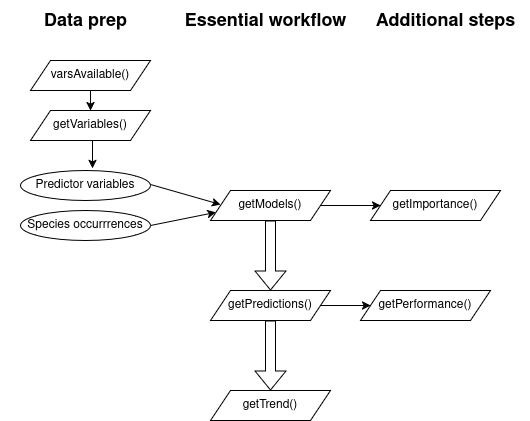
This is images/ecotrends.drawio.png from AMBarbosa/ecotrends, a draw.io export, as it was before one commit. Source tidied: cells renumbered, new cells last; positions are measured from the earlier drawing's top-left corner, leaving out a move shared by most shapes.
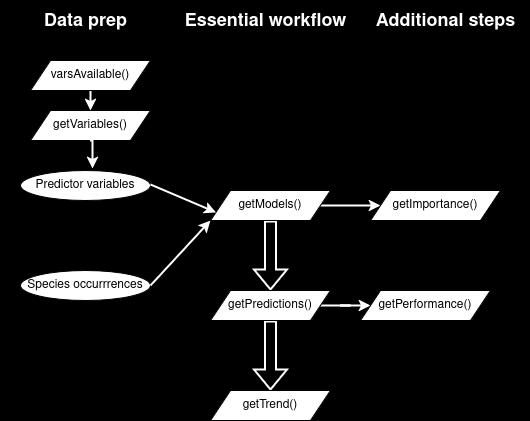
After the commit.

Commit message:
workflow chart: black background

Change to the diagram source:
```diff
@@ -1,20 +1,20 @@
-<mxGraphModel>
+<mxGraphModel background="#000000">
   <root>
     <mxCell id="0" />
     <mxCell id="1" parent="0" />
-    <mxCell id="2" style="edgeStyle=orthogonalEdgeStyle;rounded=0;jettySize=auto;html=1;exitX=0.5;exitY=1;exitDx=0;exitDy=0;entryX=0.5;entryY=0;entryDx=0;entryDy=0;shape=flexArrow;" parent="1" edge="1" source="4" target="7">
+    <mxCell id="2" style="edgeStyle=orthogonalEdgeStyle;rounded=0;jettySize=auto;html=1;exitX=0.5;exitY=1;exitDx=0;exitDy=0;entryX=0.5;entryY=0;entryDx=0;entryDy=0;shape=flexArrow;strokeColor=#FFFFFF;strokeWidth=2;" parent="1" edge="1" source="4" target="7">
       <mxGeometry relative="1" as="geometry" />
     </mxCell>
-    <mxCell id="3" style="edgeStyle=orthogonalEdgeStyle;rounded=0;jettySize=auto;html=1;exitX=1;exitY=0.5;exitDx=0;exitDy=0;entryX=0;entryY=0.5;entryDx=0;entryDy=0;" parent="1" edge="1" source="4" target="10">
+    <mxCell id="3" style="edgeStyle=orthogonalEdgeStyle;rounded=0;jettySize=auto;html=1;exitX=1;exitY=0.5;exitDx=0;exitDy=0;entryX=0;entryY=0.5;entryDx=0;entryDy=0;strokeColor=#FFFFFF;strokeWidth=2;fontSize=14;" parent="1" edge="1" source="4" target="10">
       <mxGeometry relative="1" as="geometry" />
     </mxCell>
     <mxCell id="4" value="getModels()" style="shape=parallelogram;perimeter=parallelogramPerimeter;whiteSpace=wrap;html=1;fixedSize=1;" parent="1" vertex="1">
       <mxGeometry x="210" y="190" width="120" height="30" as="geometry" />
     </mxCell>
-    <mxCell id="5" style="edgeStyle=orthogonalEdgeStyle;rounded=0;jettySize=auto;html=1;exitX=0.5;exitY=1;exitDx=0;exitDy=0;entryX=0.5;entryY=0;entryDx=0;entryDy=0;shape=flexArrow;" parent="1" edge="1" source="7" target="8">
+    <mxCell id="5" style="edgeStyle=orthogonalEdgeStyle;rounded=0;jettySize=auto;html=1;exitX=0.5;exitY=1;exitDx=0;exitDy=0;entryX=0.5;entryY=0;entryDx=0;entryDy=0;shape=flexArrow;strokeColor=#FFFFFF;strokeWidth=2;" parent="1" edge="1" source="7" target="8">
       <mxGeometry relative="1" as="geometry" />
     </mxCell>
-    <mxCell id="6" style="edgeStyle=orthogonalEdgeStyle;rounded=0;jettySize=auto;html=1;exitX=1;exitY=0.5;exitDx=0;exitDy=0;entryX=0;entryY=0.5;entryDx=0;entryDy=0;" parent="1" edge="1" source="7" target="9">
+    <mxCell id="6" style="edgeStyle=orthogonalEdgeStyle;rounded=0;jettySize=auto;html=1;exitX=1;exitY=0.5;exitDx=0;exitDy=0;entryX=0;entryY=0.5;entryDx=0;entryDy=0;strokeColor=#FFFFFF;strokeWidth=2;fontSize=14;" parent="1" edge="1" source="7" target="9">
       <mxGeometry relative="1" as="geometry" />
     </mxCell>
     <mxCell id="7" value="getPredictions()" style="shape=parallelogram;perimeter=parallelogramPerimeter;whiteSpace=wrap;html=1;fixedSize=1;" parent="1" vertex="1">
@@ -29,7 +29,7 @@
     <mxCell id="10" value="getImportance()" style="shape=parallelogram;perimeter=parallelogramPerimeter;whiteSpace=wrap;html=1;fixedSize=1;" parent="1" vertex="1">
       <mxGeometry x="370" y="190" width="130" height="30" as="geometry" />
     </mxCell>
-    <mxCell id="11" style="edgeStyle=orthogonalEdgeStyle;rounded=0;jettySize=auto;html=1;exitX=0.5;exitY=1;exitDx=0;exitDy=0;entryX=0.5;entryY=0;entryDx=0;entryDy=0;" parent="1" edge="1" source="12" target="13">
+    <mxCell id="11" style="edgeStyle=orthogonalEdgeStyle;rounded=0;jettySize=auto;html=1;exitX=0.5;exitY=1;exitDx=0;exitDy=0;entryX=0.5;entryY=0;entryDx=0;entryDy=0;strokeColor=#FFFFFF;strokeWidth=2;" parent="1" edge="1" source="12" target="13">
       <mxGeometry relative="1" as="geometry" />
     </mxCell>
     <mxCell id="12" value="varsAvailable()" style="shape=parallelogram;perimeter=parallelogramPerimeter;whiteSpace=wrap;html=1;fixedSize=1;" parent="1" vertex="1">
@@ -42,27 +42,28 @@
       <mxGeometry x="20" y="170" width="130" height="30" as="geometry" />
     </mxCell>
     <mxCell id="15" value="Species occurrrences" style="ellipse;whiteSpace=wrap;html=1;" parent="1" vertex="1">
-      <mxGeometry x="20" y="210" width="130" height="30" as="geometry" />
+      <mxGeometry x="20" y="270" width="130" height="30" as="geometry" />
     </mxCell>
-    <mxCell id="16" style="endArrow=classic;html=1;rounded=0;" parent="1" edge="1">
+    <mxCell id="16" style="endArrow=classic;html=1;rounded=0;entryX=0;entryY=0.75;entryDx=0;entryDy=0;strokeColor=#FFFFFF;strokeWidth=2;" parent="1" edge="1" target="4">
       <mxGeometry relative="1" as="geometry">
         <mxPoint x="150" y="184" as="sourcePoint" />
-        <mxPoint x="220" y="204" as="targetPoint" />
       </mxGeometry>
     </mxCell>
-    <mxCell id="17" style="endArrow=classic;html=1;rounded=0;entryX=0;entryY=0.75;entryDx=0;entryDy=0;exitX=1;exitY=0.5;exitDx=0;exitDy=0;" parent="1" edge="1" source="15" target="4">
-      <mxGeometry relative="1" as="geometry" />
+    <mxCell id="17" style="endArrow=classic;html=1;rounded=0;exitX=1;exitY=0.5;exitDx=0;exitDy=0;strokeColor=#FFFFFF;strokeWidth=2;" parent="1" edge="1" source="15">
+      <mxGeometry relative="1" as="geometry">
+        <mxPoint x="210" y="220" as="targetPoint" />
+      </mxGeometry>
     </mxCell>
-    <mxCell id="18" style="edgeStyle=orthogonalEdgeStyle;rounded=0;jettySize=auto;html=1;exitX=0.5;exitY=1;exitDx=0;exitDy=0;entryX=0.554;entryY=-0.067;entryDx=0;entryDy=0;entryPerimeter=0;" parent="1" edge="1" source="13" target="14">
+    <mxCell id="18" style="edgeStyle=orthogonalEdgeStyle;rounded=0;jettySize=auto;html=1;exitX=0.5;exitY=1;exitDx=0;exitDy=0;entryX=0.554;entryY=-0.067;entryDx=0;entryDy=0;entryPerimeter=0;strokeColor=#FFFFFF;strokeWidth=2;" parent="1" edge="1" source="13" target="14">
       <mxGeometry relative="1" as="geometry" />
     </mxCell>
-    <mxCell id="19" value="&lt;font style=&quot;font-size: 18px;&quot;&gt;Essential workflow&lt;/font&gt;" style="text;strokeColor=none;fillColor=none;html=1;fontSize=24;fontStyle=1;verticalAlign=middle;align=center;" parent="1" vertex="1">
+    <mxCell id="19" value="&lt;font style=&quot;font-size: 18px;&quot;&gt;Essential workflow&lt;/font&gt;" style="text;strokeColor=none;fillColor=none;html=1;fontSize=24;fontStyle=1;verticalAlign=middle;align=center;fontColor=#FFFFFF;" parent="1" vertex="1">
       <mxGeometry x="180" width="170" height="40" as="geometry" />
     </mxCell>
-    <mxCell id="20" value="&lt;font style=&quot;font-size: 18px;&quot;&gt;Additional steps&lt;/font&gt;" style="text;strokeColor=none;fillColor=none;html=1;fontSize=24;fontStyle=1;verticalAlign=middle;align=center;" parent="1" vertex="1">
+    <mxCell id="20" value="&lt;font style=&quot;font-size: 18px;&quot;&gt;Additional steps&lt;/font&gt;" style="text;strokeColor=none;fillColor=none;html=1;fontSize=24;fontStyle=1;verticalAlign=middle;align=center;fontColor=#FFFFFF;" parent="1" vertex="1">
       <mxGeometry x="360" width="170" height="40" as="geometry" />
     </mxCell>
-    <mxCell id="21" value="&lt;font style=&quot;font-size: 18px;&quot;&gt;Data prep&lt;/font&gt;" style="text;strokeColor=none;fillColor=none;html=1;fontSize=24;fontStyle=1;verticalAlign=middle;align=center;" parent="1" vertex="1">
+    <mxCell id="21" value="&lt;font style=&quot;font-size: 18px;&quot;&gt;Data prep&lt;/font&gt;" style="text;strokeColor=none;fillColor=none;html=1;fontSize=24;fontStyle=1;verticalAlign=middle;align=center;fontColor=#FFFFFF;" parent="1" vertex="1">
       <mxGeometry width="170" height="40" as="geometry" />
     </mxCell>
   </root>
```
